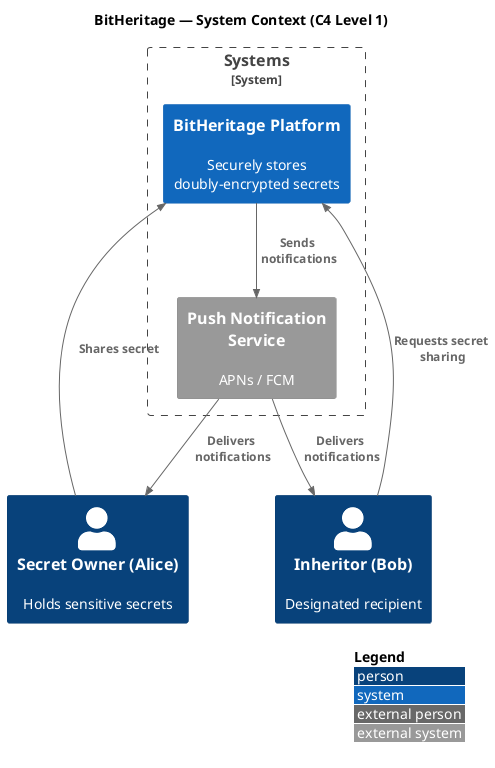
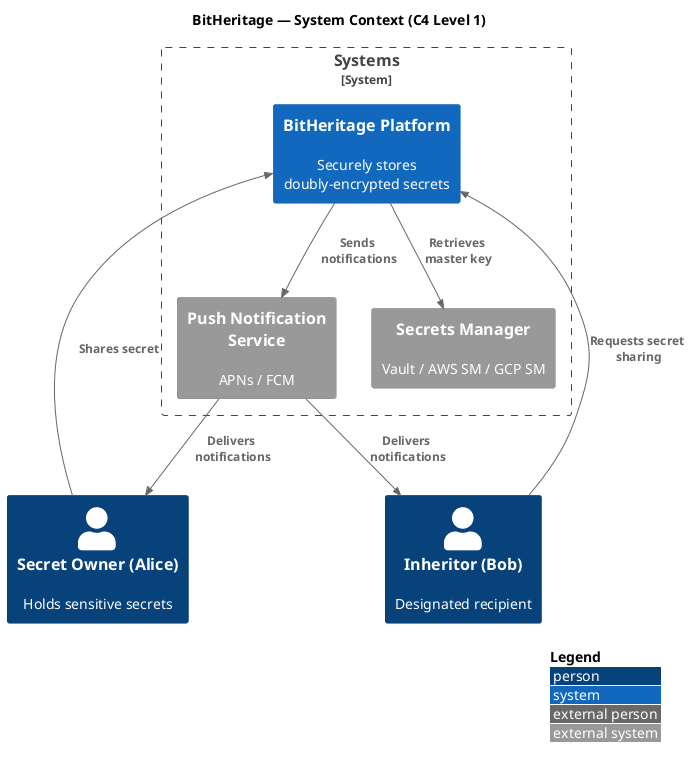
@startuml
!include <C4/C4_Context>

title BitHeritage — System Context (C4 Level 1)

Person(alice, "Secret Owner (Alice)", "Holds sensitive secrets")
Person(bob, "Inheritor (Bob)", "Designated recipient")

System_Boundary(b1, "Systems") {
    System(bitheritage, "BitHeritage Platform", "Securely stores doubly-encrypted secrets")
    System_Ext(push, "Push Notification Service", "APNs / FCM")
+     System_Ext(secrets, "Secrets Manager", "Vault / AWS SM / GCP SM")
}

Rel(alice, bitheritage, "Shares secret")
Rel(bob, bitheritage, "Requests secret\n sharing")
Rel(bitheritage, push, "Sends\n notifications")
Rel(push, alice, "Delivers\n notifications")
Rel(push, bob, "Delivers\n notifications")
+ Rel(bitheritage, secrets, "Retrieves\n master key")

LAYOUT_WITH_LEGEND()
@enduml
